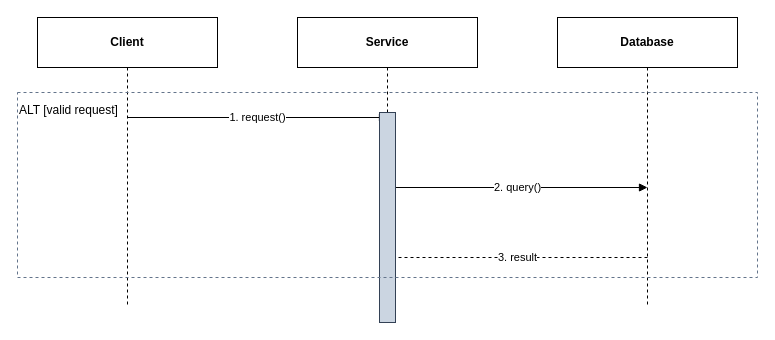
Above: examples/07-sequence/generated-sequence.drawio in XU-QiYi/ai-diagram-tool (draw.io), before the change. Source tidied: cells renumbered, new cells numbered last; positions are measured from the earlier drawing's top-left corner, leaving out a move shared by most shapes. Both pictures are drawn from the tidied source at 100%, with x=0, y=0 at pixel (17, 17).
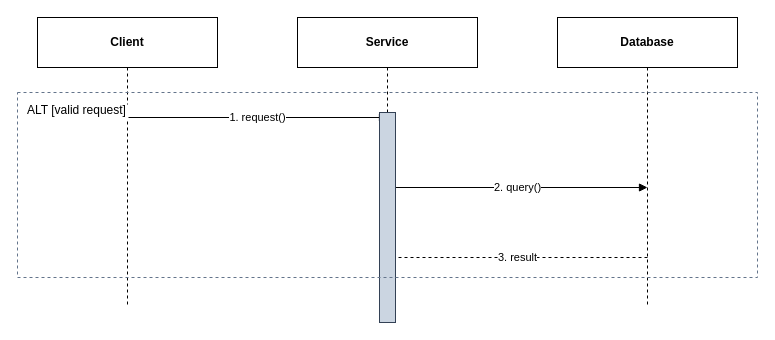
The same page after the edit.

Change to the diagram source:
```diff
@@
 <mxGraphModel>
   <root>
     <mxCell id="0" />
     <mxCell id="1" parent="0" />
     <mxCell id="2" value="Client" style="rounded=0;whiteSpace=wrap;html=1;fillColor=#FFFFFF;strokeColor=#000000;fontColor=#000000;fontStyle=1;" parent="1" vertex="1">
       <mxGeometry x="20" width="180" height="50" as="geometry" />
     </mxCell>
     <mxCell id="3" style="edgeStyle=none;dashed=1;endArrow=none;strokeColor=#000000;" parent="1" edge="1">
       <mxGeometry relative="1" as="geometry">
         <mxPoint x="110" y="50" as="sourcePoint" />
         <mxPoint x="110" y="290" as="targetPoint" />
       </mxGeometry>
     </mxCell>
     <mxCell id="4" value="Service" style="rounded=0;whiteSpace=wrap;html=1;fillColor=#FFFFFF;strokeColor=#000000;fontColor=#000000;fontStyle=1;" parent="1" vertex="1">
       <mxGeometry x="280" width="180" height="50" as="geometry" />
     </mxCell>
     <mxCell id="5" style="edgeStyle=none;dashed=1;endArrow=none;strokeColor=#000000;" parent="1" edge="1">
       <mxGeometry relative="1" as="geometry">
         <mxPoint x="370" y="50" as="sourcePoint" />
         <mxPoint x="370" y="290" as="targetPoint" />
       </mxGeometry>
     </mxCell>
     <mxCell id="6" value="Database" style="rounded=0;whiteSpace=wrap;html=1;fillColor=#FFFFFF;strokeColor=#000000;fontColor=#000000;fontStyle=1;" parent="1" vertex="1">
       <mxGeometry x="540" width="180" height="50" as="geometry" />
     </mxCell>
     <mxCell id="7" style="edgeStyle=none;dashed=1;endArrow=none;strokeColor=#000000;" parent="1" edge="1">
       <mxGeometry relative="1" as="geometry">
         <mxPoint x="630" y="50" as="sourcePoint" />
         <mxPoint x="630" y="290" as="targetPoint" />
       </mxGeometry>
     </mxCell>
     <mxCell id="8" value="1. request()" style="edgeStyle=none;html=1;rounded=0;fontColor=#000000;endArrow=block;endFill=1;strokeColor=#000000;" parent="1" edge="1">
       <mxGeometry relative="1" as="geometry">
         <mxPoint x="110" y="100" as="sourcePoint" />
         <mxPoint x="370" y="100" as="targetPoint" />
       </mxGeometry>
     </mxCell>
     <mxCell id="9" value="2. query()" style="edgeStyle=none;html=1;rounded=0;fontColor=#000000;endArrow=block;endFill=1;strokeColor=#000000;" parent="1" edge="1">
       <mxGeometry relative="1" as="geometry">
         <mxPoint x="370" y="170" as="sourcePoint" />
         <mxPoint x="630" y="170" as="targetPoint" />
       </mxGeometry>
     </mxCell>
     <mxCell id="10" value="3. result" style="edgeStyle=none;html=1;rounded=0;fontColor=#000000;dashed=1;endArrow=open;endFill=0;strokeColor=#000000;" parent="1" edge="1">
       <mxGeometry relative="1" as="geometry">
         <mxPoint x="630" y="240" as="sourcePoint" />
         <mxPoint x="370" y="240" as="targetPoint" />
       </mxGeometry>
     </mxCell>
     <mxCell id="11" style="rounded=0;fillColor=#CBD5E1;strokeColor=#334155;" parent="1" vertex="1">
       <mxGeometry x="362" y="95" width="16" height="210" as="geometry" />
     </mxCell>
-    <mxCell id="12" value="ALT [valid request]" style="dashed=1;fillColor=none;strokeColor=#64748B;verticalAlign=top;align=left;spacingTop=4;" parent="1" vertex="1">
+    <mxCell id="12" value="ALT [valid request]" style="dashed=1;fillColor=none;strokeColor=#64748B;verticalAlign=top;align=left;spacingTop=4;spacingLeft=8;labelBackgroundColor=#FFFFFF;" parent="1" vertex="1">
       <mxGeometry y="75" width="740" height="185" as="geometry" />
     </mxCell>
   </root>
 </mxGraphModel>
```
